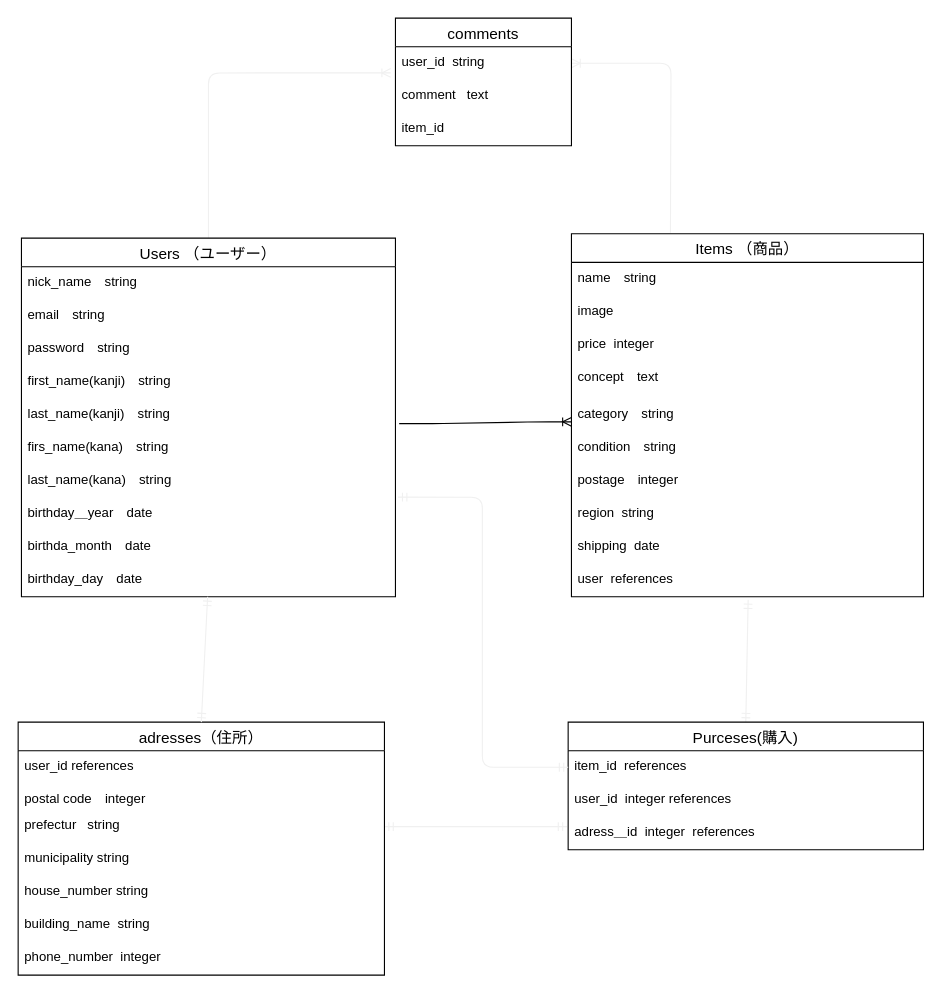
The draw.io diagram furima.dio in uuutako/furima--31745-, before the edit. Source tidied: cells renumbered, new cells numbered last; positions are measured from the earlier drawing's top-left corner, leaving out a move shared by most shapes. Both pictures are drawn from the tidied source at 110%, with x=0, y=0 at pixel (18, 18).
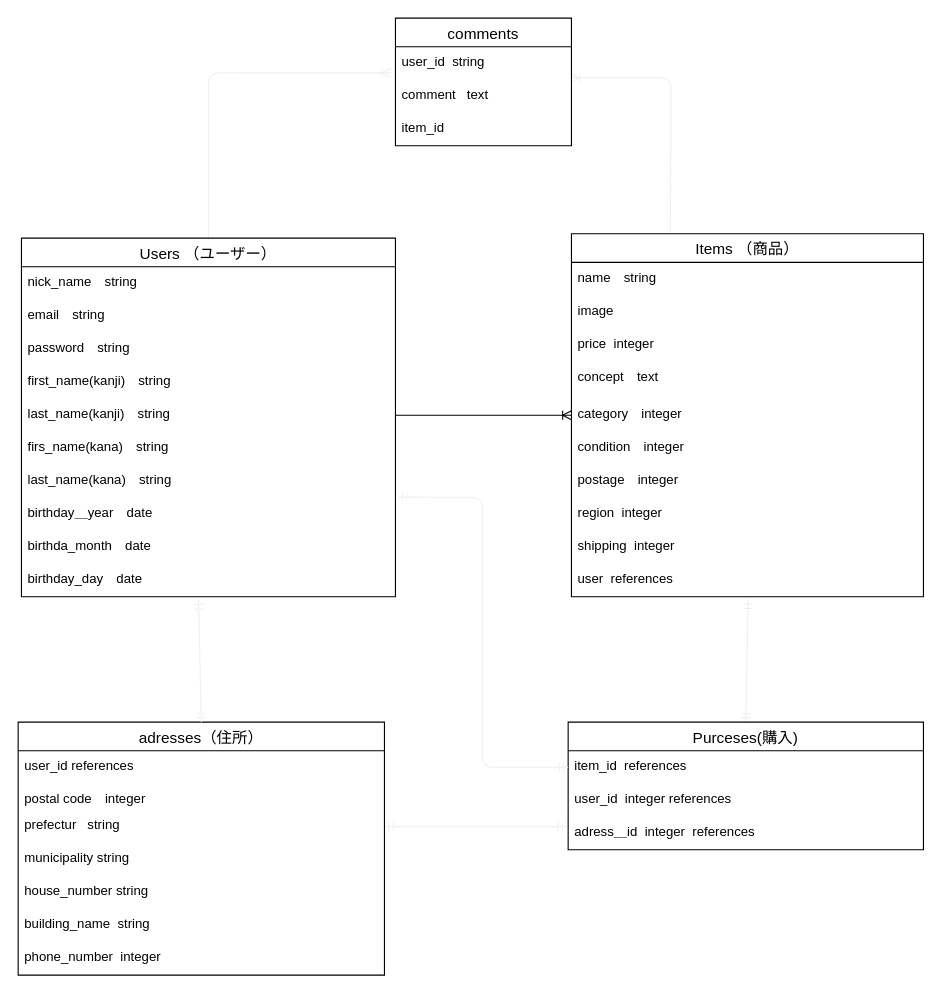
Above is the later version.

Commit message (it also covers changes not shown here):
データベースの設計_修正1

Unchanged cells that the change refers to:
```xml
<mxCell id="12" value="last_name(kanji)　string" style="text;strokeColor=none;fillColor=none;spacingLeft=4;spacingRight=4;overflow=hidden;points=[[0,0.5],[1,0.5]];portConstraint=eastwest;fontSize=12;" parent="7" vertex="1">
  <mxGeometry y="146" width="340" height="30" as="geometry" />
</mxCell>
<mxCell id="17" value="birthday_day　date" style="text;strokeColor=none;fillColor=none;spacingLeft=4;spacingRight=4;overflow=hidden;points=[[0,0.5],[1,0.5]];portConstraint=eastwest;fontSize=12;" parent="7" vertex="1">
  <mxGeometry y="296" width="340" height="30" as="geometry" />
</mxCell>
<mxCell id="18" value="Items （商品）" style="swimlane;fontStyle=0;horizontal=1;startSize=26;align=center;fontSize=14;" parent="1" vertex="1">
  <mxGeometry x="503" y="196" width="320" height="330" as="geometry" />
</mxCell>
<mxCell id="30" value="user_id  string" style="text;strokeColor=none;fillColor=none;spacingLeft=4;spacingRight=4;overflow=hidden;points=[[0,0.5],[1,0.5]];portConstraint=eastwest;fontSize=12;" parent="29" vertex="1">
  <mxGeometry y="26" width="160" height="30" as="geometry" />
</mxCell>
<mxCell id="33" value="adresses（住所）" style="swimlane;fontStyle=0;horizontal=1;startSize=26;align=center;fontSize=14;" parent="1" vertex="1">
  <mxGeometry y="640" width="333" height="230" as="geometry" />
</mxCell>
```

Change to the diagram source:
```diff
@@
-    <mxCell id="2" style="edgeStyle=entityRelationEdgeStyle;fontSize=12;html=1;endArrow=ERoneToMany;exitX=1.01;exitY=0.755;exitDx=0;exitDy=0;exitPerimeter=0;" parent="1" edge="1" source="12">
-      <mxGeometry relative="1" as="geometry">
-        <mxPoint x="503" y="367" as="targetPoint" />
-      </mxGeometry>
+    <mxCell id="2" style="edgeStyle=entityRelationEdgeStyle;fontSize=12;html=1;endArrow=ERoneToMany;exitX=1;exitY=0.5;exitDx=0;exitDy=0;entryX=0;entryY=0.5;entryDx=0;entryDy=0;" parent="1" edge="1" source="12" target="23">
+      <mxGeometry relative="1" as="geometry" />
     </mxCell>
@@
-    <mxCell id="5" style="fontSize=12;html=1;endArrow=ERoneToMany;strokeColor=#f0f0f0;entryX=1;entryY=0.5;entryDx=0;entryDy=0;edgeStyle=orthogonalEdgeStyle;" parent="1" edge="1" target="30">
+    <mxCell id="5" style="fontSize=12;html=1;endArrow=ERoneToMany;strokeColor=#f0f0f0;entryX=0.999;entryY=0.935;entryDx=0;entryDy=0;edgeStyle=orthogonalEdgeStyle;entryPerimeter=0;" parent="1" edge="1" target="30">
       <mxGeometry relative="1" as="geometry">
         <mxPoint x="593" y="195" as="sourcePoint" />
       </mxGeometry>
     </mxCell>
@@
-    <mxCell id="23" value="category　string" style="text;strokeColor=none;fillColor=none;spacingLeft=4;spacingRight=4;overflow=hidden;points=[[0,0.5],[1,0.5]];portConstraint=eastwest;fontSize=12;" parent="18" vertex="1">
+    <mxCell id="23" value="category　integer" style="text;strokeColor=none;fillColor=none;spacingLeft=4;spacingRight=4;overflow=hidden;points=[[0,0.5],[1,0.5]];portConstraint=eastwest;fontSize=12;" parent="18" vertex="1">
       <mxGeometry y="150" width="320" height="30" as="geometry" />
     </mxCell>
-    <mxCell id="24" value="condition　string" style="text;strokeColor=none;fillColor=none;spacingLeft=4;spacingRight=4;overflow=hidden;fontSize=12;" parent="18" vertex="1">
+    <mxCell id="24" value="condition　integer" style="text;strokeColor=none;fillColor=none;spacingLeft=4;spacingRight=4;overflow=hidden;fontSize=12;" parent="18" vertex="1">
       <mxGeometry y="180" width="320" height="30" as="geometry" />
     </mxCell>
@@
-    <mxCell id="26" value="region  string" style="text;strokeColor=none;fillColor=none;spacingLeft=4;spacingRight=4;overflow=hidden;fontSize=12;" parent="18" vertex="1">
+    <mxCell id="26" value="region  integer" style="text;strokeColor=none;fillColor=none;spacingLeft=4;spacingRight=4;overflow=hidden;fontSize=12;" parent="18" vertex="1">
       <mxGeometry y="240" width="320" height="30" as="geometry" />
     </mxCell>
-    <mxCell id="27" value="shipping  date" style="text;strokeColor=none;fillColor=none;spacingLeft=4;spacingRight=4;overflow=hidden;fontSize=12;" parent="18" vertex="1">
+    <mxCell id="27" value="shipping  integer" style="text;strokeColor=none;fillColor=none;spacingLeft=4;spacingRight=4;overflow=hidden;fontSize=12;" parent="18" vertex="1">
       <mxGeometry y="270" width="320" height="30" as="geometry" />
     </mxCell>
@@
-    <mxCell id="46" style="fontSize=12;html=1;endArrow=ERmandOne;startArrow=ERmandOne;strokeColor=#f0f0f0;exitX=0.5;exitY=0;exitDx=0;exitDy=0;" parent="1" edge="1" source="33" target="17">
-      <mxGeometry relative="1" as="geometry" />
+    <mxCell id="46" style="fontSize=12;html=1;endArrow=ERmandOne;startArrow=ERmandOne;strokeColor=#f0f0f0;exitX=0.5;exitY=0;exitDx=0;exitDy=0;" parent="1" edge="1" source="33">
+      <mxGeometry relative="1" as="geometry">
+        <mxPoint x="164" y="529" as="targetPoint" />
+      </mxGeometry>
     </mxCell>
```
